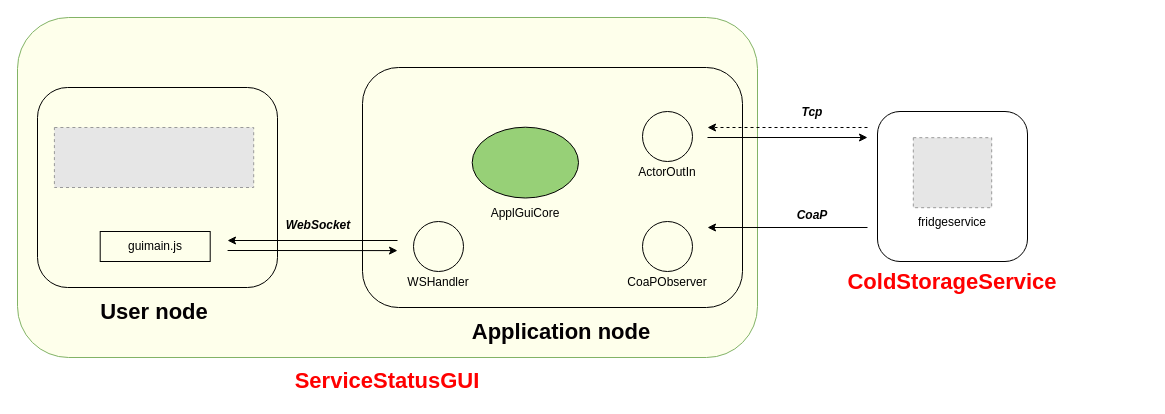
Above: Progetto_Finale_MG/Sprint4/diagrammi/InterazioniComplete.drawio in s1090263/iss2023 (draw.io), before the change. Source tidied: cells renumbered, new cells numbered last; positions are measured from the earlier drawing's top-left corner, leaving out a move shared by most shapes. Both pictures are drawn from the tidied source at 100%, with x=0, y=0 at pixel (17, 17). Pictures stored in the file or linked from it are replaced by grey dashed boxes.
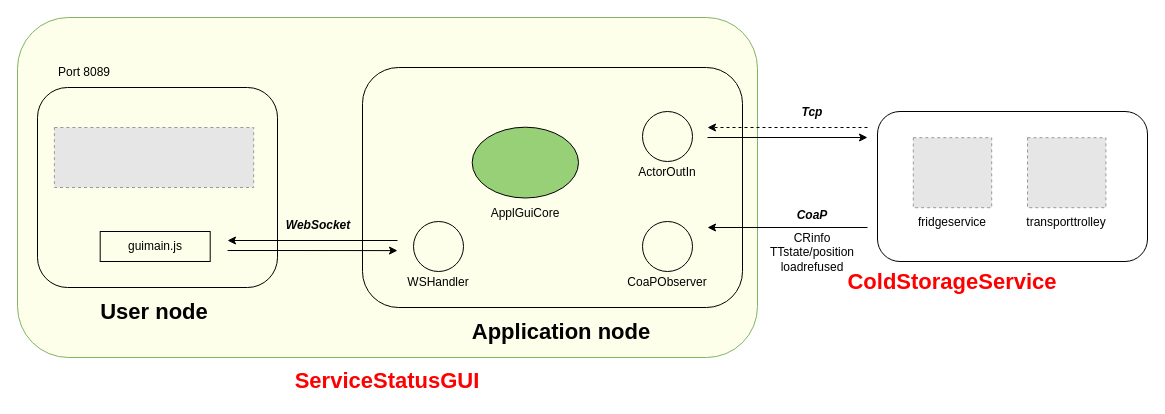
The same diagram, later.

Change to the diagram source:
```diff
@@
     <mxCell id="6" style="rounded=1;whiteSpace=wrap;html=1;fillColor=none;" parent="1" vertex="1">
-      <mxGeometry x="860" y="94" width="150" height="150" as="geometry" />
+      <mxGeometry x="860" y="94" width="270" height="150" as="geometry" />
     </mxCell>
@@
+    <mxCell id="30" value="Port 8089" style="text;html=1;strokeColor=none;fillColor=none;align=center;verticalAlign=middle;whiteSpace=wrap;rounded=0;" parent="1" vertex="1">
+      <mxGeometry x="36.9" y="40" width="60" height="30" as="geometry" />
+    </mxCell>
+    <mxCell id="31" value="CRinfo&lt;br&gt;TTstate/position&lt;br&gt;loadrefused" style="text;html=1;strokeColor=none;fillColor=none;align=center;verticalAlign=middle;whiteSpace=wrap;rounded=0;" parent="1" vertex="1">
+      <mxGeometry x="764.9" y="220" width="60" height="30" as="geometry" />
+    </mxCell>
+    <mxCell id="32" style="fillColor=#E6E6E6;strokeColor=#999999;dashed=1;verticalLabelPosition=bottom;labelBackgroundColor=default;verticalAlign=top;" parent="1" vertex="1">
+      <mxGeometry x="1010" y="120.2" width="78.4" height="70" as="geometry" />
+    </mxCell>
+    <mxCell id="33" value="transporttrolley" style="text;html=1;strokeColor=none;fillColor=none;align=center;verticalAlign=middle;whiteSpace=wrap;rounded=0;" parent="1" vertex="1">
+      <mxGeometry x="1019.2" y="190.2" width="60" height="30" as="geometry" />
+    </mxCell>
```
